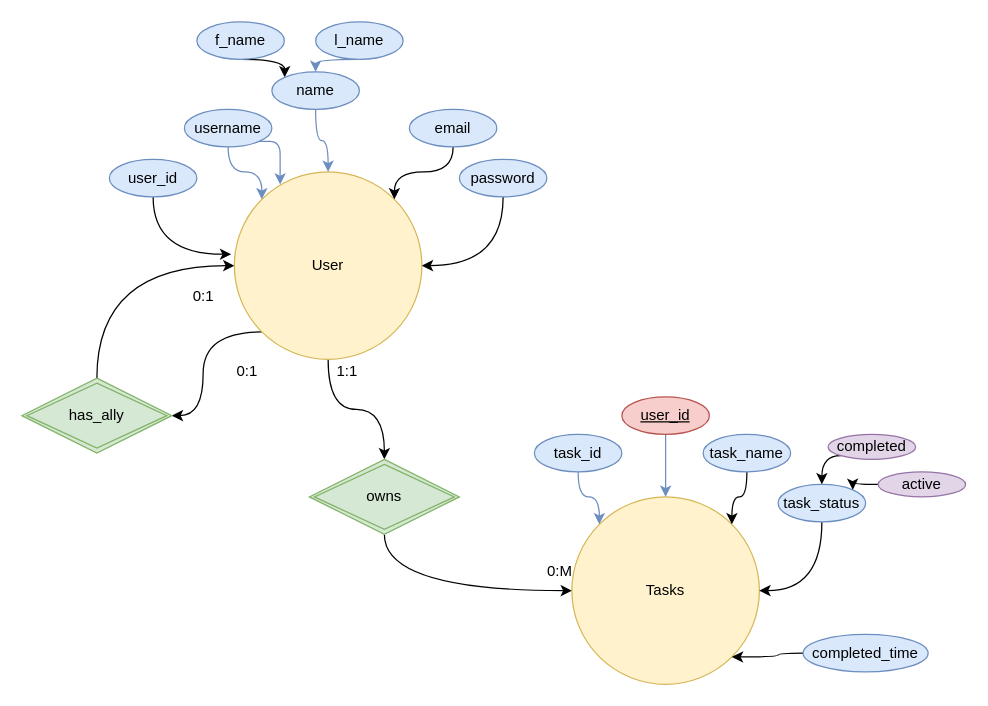
This is Untitled Diagram.drawio from Vahid1919/vahid1919.github.io, a draw.io file, before an edit. Source tidied: cells renumbered, new cells numbered last; positions are measured from the earlier drawing's top-left corner, leaving out a move shared by most shapes. Both pictures are drawn from the tidied source at 125%, with x=0, y=0 at pixel (21, 21).
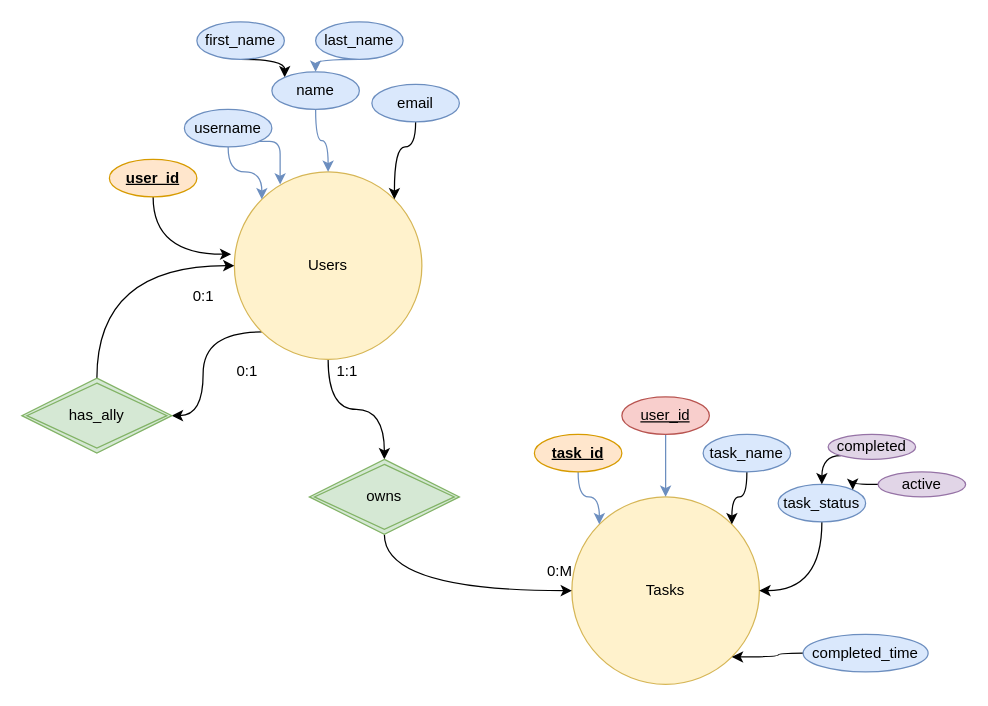
The same diagram, later.

What changed in the source:
```diff
@@
-    <mxCell id="4" value="User" style="ellipse;whiteSpace=wrap;html=1;fillColor=#fff2cc;strokeColor=#d6b656;" parent="1" vertex="1">
+    <mxCell id="4" value="Users" style="ellipse;whiteSpace=wrap;html=1;fillColor=#fff2cc;strokeColor=#d6b656;" parent="1" vertex="1">
       <mxGeometry x="170" y="120" width="150" height="150" as="geometry" />
     </mxCell>
@@
-    <mxCell id="6" value="user_id" style="ellipse;whiteSpace=wrap;html=1;fillColor=#dae8fc;strokeColor=#6c8ebf;" parent="1" vertex="1">
+    <mxCell id="6" value="user_id" style="ellipse;whiteSpace=wrap;html=1;fillColor=#ffe6cc;strokeColor=#d79b00;fontStyle=5;" parent="1" vertex="1">
       <mxGeometry x="70" y="110" width="70" height="30" as="geometry" />
     </mxCell>
@@
-    <mxCell id="8" value="f_name" style="ellipse;whiteSpace=wrap;html=1;fillColor=#dae8fc;strokeColor=#6c8ebf;" parent="1" vertex="1">
+    <mxCell id="8" value="first_name" style="ellipse;whiteSpace=wrap;html=1;fillColor=#dae8fc;strokeColor=#6c8ebf;" parent="1" vertex="1">
       <mxGeometry x="140" width="70" height="30" as="geometry" />
     </mxCell>
@@
     <mxCell id="10" value="email" style="ellipse;whiteSpace=wrap;html=1;fillColor=#dae8fc;strokeColor=#6c8ebf;" parent="1" vertex="1">
-      <mxGeometry x="310" y="70" width="70" height="30" as="geometry" />
+      <mxGeometry x="280" y="50" width="70" height="30" as="geometry" />
     </mxCell>
@@
-    <mxCell id="12" value="l_name" style="ellipse;whiteSpace=wrap;html=1;fillColor=#dae8fc;strokeColor=#6c8ebf;" parent="1" vertex="1">
+    <mxCell id="12" value="last_name" style="ellipse;whiteSpace=wrap;html=1;fillColor=#dae8fc;strokeColor=#6c8ebf;" parent="1" vertex="1">
       <mxGeometry x="235" width="70" height="30" as="geometry" />
     </mxCell>
@@
-    <mxCell id="15" style="edgeStyle=orthogonalEdgeStyle;curved=1;rounded=1;jettySize=auto;html=1;exitX=0.5;exitY=1;exitDx=0;exitDy=0;entryX=1;entryY=0.5;entryDx=0;entryDy=0;strokeWidth=1;" parent="1" edge="1" source="16" target="4">
-      <mxGeometry relative="1" as="geometry" />
-    </mxCell>
-    <mxCell id="16" value="password" style="ellipse;whiteSpace=wrap;html=1;fillColor=#dae8fc;strokeColor=#6c8ebf;" parent="1" vertex="1">
-      <mxGeometry x="350" y="110" width="70" height="30" as="geometry" />
-    </mxCell>
@@
-    <mxCell id="26" value="task_id" style="ellipse;whiteSpace=wrap;html=1;fillColor=#dae8fc;strokeColor=#6c8ebf;" parent="1" vertex="1">
+    <mxCell id="26" value="task_id" style="ellipse;whiteSpace=wrap;html=1;fillColor=#ffe6cc;strokeColor=#d79b00;fontStyle=5;" parent="1" vertex="1">
       <mxGeometry x="410" y="330" width="70" height="30" as="geometry" />
     </mxCell>
```
